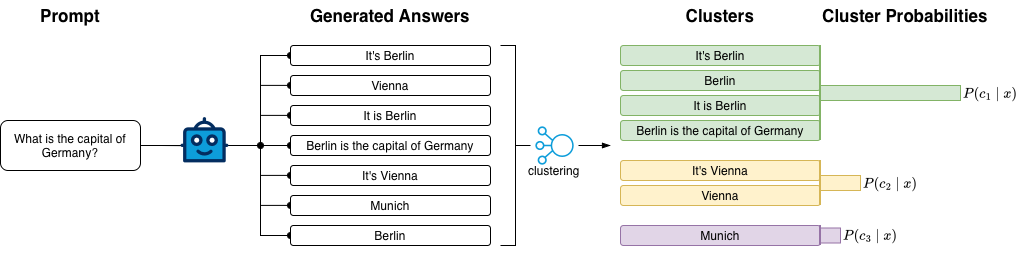
Above: drawio/SemanticEntropy.png in liamhpr/Thesis (draw.io), before the change. Source tidied: cells renumbered, new cells last; positions are measured from the earlier drawing's top-left corner, leaving out a move shared by most shapes.
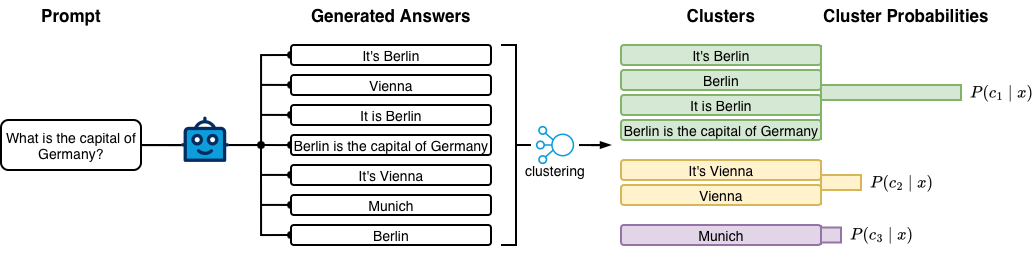
After the commit.

What changed in the source:
```diff
@@ -2,7 +2,7 @@
   <root>
     <mxCell id="0" />
     <mxCell id="1" parent="0" />
-    <mxCell id="2" style="edgeStyle=orthogonalEdgeStyle;rounded=0;jettySize=auto;html=1;entryX=0;entryY=0.5;entryDx=0;entryDy=0;endArrow=oval;endFill=1;" parent="1" edge="1" target="13">
+    <mxCell id="2" style="edgeStyle=orthogonalEdgeStyle;rounded=0;jettySize=auto;html=1;entryX=0;entryY=0.5;entryDx=0;entryDy=0;endArrow=oval;endFill=1;strokeWidth=2;fontSize=14;" parent="1" edge="1" target="13">
       <mxGeometry relative="1" as="geometry">
         <mxPoint x="260" y="145" as="sourcePoint" />
         <Array as="points">
@@ -10,7 +10,7 @@
         </Array>
       </mxGeometry>
     </mxCell>
-    <mxCell id="3" style="edgeStyle=orthogonalEdgeStyle;rounded=0;orthogonalLoop=1;jettySize=auto;html=1;entryX=0;entryY=0.5;entryDx=0;entryDy=0;endArrow=oval;endFill=1;" parent="1" edge="1">
+    <mxCell id="3" style="edgeStyle=orthogonalEdgeStyle;rounded=0;orthogonalLoop=1;jettySize=auto;html=1;entryX=0;entryY=0.5;entryDx=0;entryDy=0;endArrow=oval;endFill=1;strokeWidth=2;fontSize=14;" parent="1" edge="1">
       <mxGeometry relative="1" as="geometry">
         <mxPoint x="260" y="204.9" as="sourcePoint" />
         <mxPoint x="290" y="204.9" as="targetPoint" />
@@ -20,7 +20,7 @@
         </Array>
       </mxGeometry>
     </mxCell>
-    <mxCell id="4" style="edgeStyle=orthogonalEdgeStyle;rounded=0;orthogonalLoop=1;jettySize=auto;html=1;entryX=0;entryY=0.5;entryDx=0;entryDy=0;endArrow=oval;endFill=1;" parent="1" edge="1">
+    <mxCell id="4" style="edgeStyle=orthogonalEdgeStyle;rounded=0;orthogonalLoop=1;jettySize=auto;html=1;entryX=0;entryY=0.5;entryDx=0;entryDy=0;endArrow=oval;endFill=1;strokeWidth=2;fontSize=14;" parent="1" edge="1">
       <mxGeometry relative="1" as="geometry">
         <mxPoint x="260" y="174.9" as="sourcePoint" />
         <mxPoint x="290" y="174.9" as="targetPoint" />
@@ -30,7 +30,7 @@
         </Array>
       </mxGeometry>
     </mxCell>
-    <mxCell id="5" style="edgeStyle=orthogonalEdgeStyle;rounded=0;orthogonalLoop=1;jettySize=auto;html=1;entryX=0;entryY=0.5;entryDx=0;entryDy=0;endArrow=oval;endFill=1;" parent="1" edge="1">
+    <mxCell id="5" style="edgeStyle=orthogonalEdgeStyle;rounded=0;orthogonalLoop=1;jettySize=auto;html=1;entryX=0;entryY=0.5;entryDx=0;entryDy=0;endArrow=oval;endFill=1;strokeWidth=2;fontSize=14;" parent="1" edge="1">
       <mxGeometry relative="1" as="geometry">
         <mxPoint x="260" y="84.9" as="sourcePoint" />
         <mxPoint x="290" y="84.9" as="targetPoint" />
@@ -40,7 +40,7 @@
         </Array>
       </mxGeometry>
     </mxCell>
-    <mxCell id="6" style="edgeStyle=orthogonalEdgeStyle;rounded=0;orthogonalLoop=1;jettySize=auto;html=1;entryX=0;entryY=0.5;entryDx=0;entryDy=0;endArrow=oval;endFill=1;" parent="1" edge="1">
+    <mxCell id="6" style="edgeStyle=orthogonalEdgeStyle;rounded=0;orthogonalLoop=1;jettySize=auto;html=1;entryX=0;entryY=0.5;entryDx=0;entryDy=0;endArrow=oval;endFill=1;strokeWidth=2;fontSize=14;" parent="1" edge="1">
       <mxGeometry relative="1" as="geometry">
         <mxPoint x="260" y="114.9" as="sourcePoint" />
         <mxPoint x="290" y="114.9" as="targetPoint" />
@@ -50,7 +50,7 @@
         </Array>
       </mxGeometry>
     </mxCell>
-    <mxCell id="7" style="edgeStyle=orthogonalEdgeStyle;rounded=0;jettySize=auto;html=1;entryX=0;entryY=0.5;entryDx=0;entryDy=0;endArrow=oval;endFill=1;" parent="1" edge="1" target="19">
+    <mxCell id="7" style="edgeStyle=orthogonalEdgeStyle;rounded=0;jettySize=auto;html=1;entryX=0;entryY=0.5;entryDx=0;entryDy=0;endArrow=oval;endFill=1;strokeWidth=2;fontSize=14;" parent="1" edge="1" target="19">
       <mxGeometry relative="1" as="geometry">
         <mxPoint x="260" y="145" as="sourcePoint" />
         <Array as="points">
@@ -59,15 +59,15 @@
         </Array>
       </mxGeometry>
     </mxCell>
-    <mxCell id="8" style="edgeStyle=orthogonalEdgeStyle;rounded=0;jettySize=auto;html=1;endArrow=none;endFill=0;entryX=0;entryY=0.63;entryDx=0;entryDy=0;entryPerimeter=0;" parent="1" edge="1" source="11" target="12">
+    <mxCell id="8" style="edgeStyle=orthogonalEdgeStyle;rounded=0;jettySize=auto;html=1;endArrow=none;endFill=0;entryX=0;entryY=0.63;entryDx=0;entryDy=0;entryPerimeter=0;strokeWidth=2;fontSize=14;" parent="1" edge="1" source="11" target="12">
       <mxGeometry relative="1" as="geometry" />
     </mxCell>
-    <mxCell id="9" style="edgeStyle=orthogonalEdgeStyle;rounded=0;jettySize=auto;html=1;exitX=1;exitY=0.5;exitDx=0;exitDy=0;endArrow=oval;endFill=1;startSize=6;endSize=6;strokeWidth=1;" parent="1" edge="1" source="11">
+    <mxCell id="9" style="edgeStyle=orthogonalEdgeStyle;rounded=0;jettySize=auto;html=1;exitX=1;exitY=0.5;exitDx=0;exitDy=0;endArrow=oval;endFill=1;startSize=6;endSize=6;strokeWidth=2;fontSize=14;" parent="1" edge="1" source="11">
       <mxGeometry relative="1" as="geometry">
         <mxPoint x="260" y="145" as="targetPoint" />
       </mxGeometry>
     </mxCell>
-    <mxCell id="10" style="edgeStyle=orthogonalEdgeStyle;rounded=0;jettySize=auto;html=1;entryX=0;entryY=0.5;entryDx=0;entryDy=0;endArrow=oval;endFill=1;" parent="1" edge="1" source="11" target="14">
+    <mxCell id="10" style="edgeStyle=orthogonalEdgeStyle;rounded=0;jettySize=auto;html=1;entryX=0;entryY=0.5;entryDx=0;entryDy=0;endArrow=oval;endFill=1;strokeWidth=2;fontSize=14;" parent="1" edge="1" source="11" target="14">
       <mxGeometry relative="1" as="geometry">
         <Array as="points">
           <mxPoint x="260" y="145" />
@@ -75,84 +75,84 @@
         </Array>
       </mxGeometry>
     </mxCell>
-    <mxCell id="11" value="What is the capital of Germany?" style="rounded=1;whiteSpace=wrap;html=1;" parent="1" vertex="1">
+    <mxCell id="11" value="What is the capital of Germany?" style="rounded=1;whiteSpace=wrap;html=1;strokeWidth=2;fontSize=14;" parent="1" vertex="1">
       <mxGeometry y="120" width="140" height="50" as="geometry" />
     </mxCell>
-    <mxCell id="12" style="verticalLabelPosition=bottom;html=1;shape=mxgraph.salesforce.bots;fillColorStyles=fillColor2,fillColor3,fillColor4;fillColor2=#032d60;fillColor3=#0d9dda;fillColor4=#ffffff;fillColor=none;strokeColor=none;" parent="1" vertex="1">
+    <mxCell id="12" style="verticalLabelPosition=bottom;html=1;shape=mxgraph.salesforce.bots;fillColorStyles=fillColor2,fillColor3,fillColor4;fillColor2=#032d60;fillColor3=#0d9dda;fillColor4=#ffffff;fillColor=none;strokeColor=none;strokeWidth=2;fontSize=14;" parent="1" vertex="1">
       <mxGeometry x="180" y="116.5" width="47.9" height="45.5" as="geometry" />
     </mxCell>
-    <mxCell id="13" value="Berlin" style="rounded=1;whiteSpace=wrap;html=1;" parent="1" vertex="1">
+    <mxCell id="13" value="Berlin" style="rounded=1;whiteSpace=wrap;html=1;strokeWidth=2;fontSize=14;" parent="1" vertex="1">
       <mxGeometry x="290" y="225" width="200" height="20" as="geometry" />
     </mxCell>
-    <mxCell id="14" value="It's Berlin" style="rounded=1;whiteSpace=wrap;html=1;" parent="1" vertex="1">
+    <mxCell id="14" value="It's Berlin" style="rounded=1;whiteSpace=wrap;html=1;strokeWidth=2;fontSize=14;" parent="1" vertex="1">
       <mxGeometry x="290" y="45" width="200" height="20" as="geometry" />
     </mxCell>
-    <mxCell id="15" value="Vienna" style="rounded=1;whiteSpace=wrap;html=1;" parent="1" vertex="1">
+    <mxCell id="15" value="Vienna" style="rounded=1;whiteSpace=wrap;html=1;strokeWidth=2;fontSize=14;" parent="1" vertex="1">
       <mxGeometry x="290" y="75" width="200" height="20" as="geometry" />
     </mxCell>
-    <mxCell id="16" value="It is Berlin" style="rounded=1;whiteSpace=wrap;html=1;" parent="1" vertex="1">
+    <mxCell id="16" value="It is Berlin" style="rounded=1;whiteSpace=wrap;html=1;strokeWidth=2;fontSize=14;" parent="1" vertex="1">
       <mxGeometry x="290" y="105" width="200" height="20" as="geometry" />
     </mxCell>
-    <mxCell id="17" value="It's Vienna" style="rounded=1;whiteSpace=wrap;html=1;" parent="1" vertex="1">
+    <mxCell id="17" value="It's Vienna" style="rounded=1;whiteSpace=wrap;html=1;strokeWidth=2;fontSize=14;" parent="1" vertex="1">
       <mxGeometry x="290" y="165" width="200" height="20" as="geometry" />
     </mxCell>
-    <mxCell id="18" value="Munich" style="rounded=1;whiteSpace=wrap;html=1;" parent="1" vertex="1">
+    <mxCell id="18" value="Munich" style="rounded=1;whiteSpace=wrap;html=1;strokeWidth=2;fontSize=14;" parent="1" vertex="1">
       <mxGeometry x="290" y="195" width="200" height="20" as="geometry" />
     </mxCell>
-    <mxCell id="19" value="Berlin is the capital of Germany" style="rounded=1;whiteSpace=wrap;html=1;" parent="1" vertex="1">
+    <mxCell id="19" value="Berlin is the capital of Germany" style="rounded=1;whiteSpace=wrap;html=1;strokeWidth=2;fontSize=14;" parent="1" vertex="1">
       <mxGeometry x="290" y="135" width="200" height="20" as="geometry" />
     </mxCell>
-    <mxCell id="20" value="Munich" style="rounded=1;whiteSpace=wrap;html=1;fillColor=#e1d5e7;strokeColor=#9673a6;" parent="1" vertex="1">
+    <mxCell id="20" value="Munich" style="rounded=1;whiteSpace=wrap;html=1;fillColor=#e1d5e7;strokeColor=#9673a6;strokeWidth=2;fontSize=14;" parent="1" vertex="1">
       <mxGeometry x="620" y="225" width="200" height="20" as="geometry" />
     </mxCell>
-    <mxCell id="21" value="It's Berlin" style="rounded=1;whiteSpace=wrap;html=1;fillColor=#d5e8d4;strokeColor=#82b366;" parent="1" vertex="1">
+    <mxCell id="21" value="It's Berlin" style="rounded=1;whiteSpace=wrap;html=1;fillColor=#d5e8d4;strokeColor=#82b366;strokeWidth=2;fontSize=14;" parent="1" vertex="1">
       <mxGeometry x="620" y="45" width="200" height="20" as="geometry" />
     </mxCell>
-    <mxCell id="22" value="Berlin" style="rounded=1;whiteSpace=wrap;html=1;fillColor=#d5e8d4;strokeColor=#82b366;" parent="1" vertex="1">
+    <mxCell id="22" value="Berlin" style="rounded=1;whiteSpace=wrap;html=1;fillColor=#d5e8d4;strokeColor=#82b366;strokeWidth=2;fontSize=14;" parent="1" vertex="1">
       <mxGeometry x="620" y="70" width="200" height="20" as="geometry" />
     </mxCell>
-    <mxCell id="23" value="It is Berlin" style="rounded=1;whiteSpace=wrap;html=1;fillColor=#d5e8d4;strokeColor=#82b366;" parent="1" vertex="1">
+    <mxCell id="23" value="It is Berlin" style="rounded=1;whiteSpace=wrap;html=1;fillColor=#d5e8d4;strokeColor=#82b366;strokeWidth=2;fontSize=14;" parent="1" vertex="1">
       <mxGeometry x="620" y="95" width="200" height="20" as="geometry" />
     </mxCell>
-    <mxCell id="24" value="It's Vienna" style="rounded=1;whiteSpace=wrap;html=1;fillColor=#fff2cc;strokeColor=#d6b656;" parent="1" vertex="1">
+    <mxCell id="24" value="It's Vienna" style="rounded=1;whiteSpace=wrap;html=1;fillColor=#fff2cc;strokeColor=#d6b656;strokeWidth=2;fontSize=14;" parent="1" vertex="1">
       <mxGeometry x="620" y="160" width="200" height="20" as="geometry" />
     </mxCell>
-    <mxCell id="25" value="Vienna" style="rounded=1;whiteSpace=wrap;html=1;fillColor=#fff2cc;strokeColor=#d6b656;" parent="1" vertex="1">
+    <mxCell id="25" value="Vienna" style="rounded=1;whiteSpace=wrap;html=1;fillColor=#fff2cc;strokeColor=#d6b656;strokeWidth=2;fontSize=14;" parent="1" vertex="1">
       <mxGeometry x="620" y="185" width="200" height="20" as="geometry" />
     </mxCell>
-    <mxCell id="26" value="Berlin is the capital of Germany" style="rounded=1;whiteSpace=wrap;html=1;fillColor=#d5e8d4;strokeColor=#82b366;" parent="1" vertex="1">
+    <mxCell id="26" value="Berlin is the capital of Germany" style="rounded=1;whiteSpace=wrap;html=1;fillColor=#d5e8d4;strokeColor=#82b366;strokeWidth=2;fontSize=14;" parent="1" vertex="1">
       <mxGeometry x="620" y="120" width="200" height="20" as="geometry" />
     </mxCell>
-    <mxCell id="27" style="edgeStyle=orthogonalEdgeStyle;rounded=0;jettySize=auto;html=1;endArrow=blockThin;endFill=1;" parent="1" edge="1" source="28">
+    <mxCell id="27" style="edgeStyle=orthogonalEdgeStyle;rounded=0;jettySize=auto;html=1;endArrow=blockThin;endFill=1;strokeWidth=2;fontSize=14;" parent="1" edge="1" source="28">
       <mxGeometry relative="1" as="geometry">
         <mxPoint x="610" y="145" as="targetPoint" />
       </mxGeometry>
     </mxCell>
-    <mxCell id="28" style="sketch=0;points=[[0,0,0],[0.25,0,0],[0.5,0,0],[0.75,0,0],[1,0,0],[0,1,0],[0.25,1,0],[0.5,1,0],[0.75,1,0],[1,1,0],[0,0.25,0],[0,0.5,0],[0,0.75,0],[1,0.25,0],[1,0.5,0],[1,0.75,0]];outlineConnect=0;fontColor=#232F3E;fillColor=none;strokeColor=#0D9DDA;verticalLabelPosition=bottom;verticalAlign=top;align=center;html=1;fontSize=12;fontStyle=0;shape=mxgraph.aws4.resourceIcon;resIcon=mxgraph.aws4.elastic_load_balancing;rotation=-180;strokeWidth=1;perimeterSpacing=0;" parent="1" vertex="1">
+    <mxCell id="28" style="sketch=0;points=[[0,0,0],[0.25,0,0],[0.5,0,0],[0.75,0,0],[1,0,0],[0,1,0],[0.25,1,0],[0.5,1,0],[0.75,1,0],[1,1,0],[0,0.25,0],[0,0.5,0],[0,0.75,0],[1,0.25,0],[1,0.5,0],[1,0.75,0]];outlineConnect=0;fontColor=#232F3E;fillColor=none;strokeColor=#0D9DDA;verticalLabelPosition=bottom;verticalAlign=top;align=center;html=1;fontSize=14;fontStyle=0;shape=mxgraph.aws4.resourceIcon;resIcon=mxgraph.aws4.elastic_load_balancing;rotation=-180;strokeWidth=2;perimeterSpacing=0;" parent="1" vertex="1">
       <mxGeometry x="530" y="121" width="48" height="48" as="geometry" />
     </mxCell>
-    <mxCell id="29" value="clustering" style="text;html=1;whiteSpace=wrap;strokeColor=none;fillColor=none;align=center;verticalAlign=middle;rounded=0;" parent="1" vertex="1">
+    <mxCell id="29" value="clustering" style="text;html=1;whiteSpace=wrap;strokeColor=none;fillColor=none;align=center;verticalAlign=middle;rounded=0;strokeWidth=2;fontSize=14;" parent="1" vertex="1">
       <mxGeometry x="524" y="155" width="60" height="30" as="geometry" />
     </mxCell>
-    <mxCell id="30" style="strokeWidth=1;html=1;shape=mxgraph.flowchart.annotation_2;align=left;labelPosition=right;rotation=-180;" parent="1" vertex="1">
+    <mxCell id="30" style="strokeWidth=2;html=1;shape=mxgraph.flowchart.annotation_2;align=left;labelPosition=right;rotation=-180;fontSize=14;" parent="1" vertex="1">
       <mxGeometry x="500" y="45" width="30" height="200" as="geometry" />
     </mxCell>
-    <mxCell id="31" style="line;strokeWidth=2;direction=south;html=1;fillColor=#d5e8d4;strokeColor=#82b366;" parent="1" vertex="1">
+    <mxCell id="31" style="line;strokeWidth=2;direction=south;html=1;fillColor=#d5e8d4;strokeColor=#82b366;fontSize=14;" parent="1" vertex="1">
       <mxGeometry x="815" y="45" width="10" height="95" as="geometry" />
     </mxCell>
-    <mxCell id="32" style="rounded=0;whiteSpace=wrap;html=1;fillColor=#d5e8d4;strokeColor=#82b366;" parent="1" vertex="1">
+    <mxCell id="32" style="rounded=0;whiteSpace=wrap;html=1;fillColor=#d5e8d4;strokeColor=#82b366;strokeWidth=2;fontSize=14;" parent="1" vertex="1">
       <mxGeometry x="820" y="85" width="140" height="15" as="geometry" />
     </mxCell>
-    <mxCell id="33" style="line;strokeWidth=2;direction=south;html=1;fillColor=#fff2cc;strokeColor=#d6b656;" parent="1" vertex="1">
+    <mxCell id="33" style="line;strokeWidth=2;direction=south;html=1;fillColor=#fff2cc;strokeColor=#d6b656;fontSize=14;" parent="1" vertex="1">
       <mxGeometry x="815" y="160" width="10" height="45" as="geometry" />
     </mxCell>
-    <mxCell id="34" style="rounded=0;whiteSpace=wrap;html=1;fillColor=#fff2cc;strokeColor=#d6b656;" parent="1" vertex="1">
+    <mxCell id="34" style="rounded=0;whiteSpace=wrap;html=1;fillColor=#fff2cc;strokeColor=#d6b656;strokeWidth=2;fontSize=14;" parent="1" vertex="1">
       <mxGeometry x="820" y="175" width="40" height="15" as="geometry" />
     </mxCell>
-    <mxCell id="35" style="line;strokeWidth=2;direction=south;html=1;fillColor=#e1d5e7;strokeColor=#9673a6;" parent="1" vertex="1">
+    <mxCell id="35" style="line;strokeWidth=2;direction=south;html=1;fillColor=#e1d5e7;strokeColor=#9673a6;fontSize=14;" parent="1" vertex="1">
       <mxGeometry x="815" y="225" width="10" height="20" as="geometry" />
     </mxCell>
-    <mxCell id="36" style="rounded=0;whiteSpace=wrap;html=1;fillColor=#e1d5e7;strokeColor=#9673a6;" parent="1" vertex="1">
+    <mxCell id="36" style="rounded=0;whiteSpace=wrap;html=1;fillColor=#e1d5e7;strokeColor=#9673a6;strokeWidth=2;fontSize=14;" parent="1" vertex="1">
       <mxGeometry x="820" y="227.5" width="20" height="15" as="geometry" />
     </mxCell>
     <mxCell id="37" value="Prompt" style="text;html=1;whiteSpace=wrap;strokeColor=none;fillColor=none;align=center;verticalAlign=middle;rounded=0;fontSize=17;fontStyle=1;" parent="1" vertex="1">
@@ -167,14 +167,14 @@
     <mxCell id="40" value="&lt;font style=&quot;font-size: 17px;&quot;&gt;&lt;b&gt;Cluster Probabilities&lt;/b&gt;&lt;/font&gt;" style="text;html=1;whiteSpace=wrap;strokeColor=none;fillColor=none;align=center;verticalAlign=middle;rounded=0;" parent="1" vertex="1">
       <mxGeometry x="820" width="170" height="30" as="geometry" />
     </mxCell>
-    <mxCell id="41" value="$$P(c_1 \mid x)$$" style="text;html=1;whiteSpace=wrap;strokeColor=none;fillColor=none;align=center;verticalAlign=middle;rounded=0;" parent="1" vertex="1">
-      <mxGeometry x="960" y="77.5" width="60" height="30" as="geometry" />
+    <mxCell id="41" value="$$P(c_1 \mid x)$$" style="text;html=1;whiteSpace=wrap;strokeColor=none;fillColor=none;align=center;verticalAlign=middle;rounded=0;strokeWidth=2;fontSize=14;" parent="1" vertex="1">
+      <mxGeometry x="970" y="77.5" width="60" height="30" as="geometry" />
     </mxCell>
-    <mxCell id="42" value="$$P(c_2 \mid x)$$" style="text;html=1;whiteSpace=wrap;strokeColor=none;fillColor=none;align=center;verticalAlign=middle;rounded=0;" parent="1" vertex="1">
-      <mxGeometry x="860" y="167.5" width="60" height="30" as="geometry" />
+    <mxCell id="42" value="$$P(c_2 \mid x)$$" style="text;html=1;whiteSpace=wrap;strokeColor=none;fillColor=none;align=center;verticalAlign=middle;rounded=0;strokeWidth=2;fontSize=14;" parent="1" vertex="1">
+      <mxGeometry x="870" y="167.5" width="60" height="30" as="geometry" />
     </mxCell>
-    <mxCell id="43" value="$$P(c_3 \mid x)$$" style="text;html=1;whiteSpace=wrap;strokeColor=none;fillColor=none;align=center;verticalAlign=middle;rounded=0;" parent="1" vertex="1">
-      <mxGeometry x="840" y="220" width="60" height="30" as="geometry" />
+    <mxCell id="43" value="$$P(c_3 \mid x)$$" style="text;html=1;whiteSpace=wrap;strokeColor=none;fillColor=none;align=center;verticalAlign=middle;rounded=0;strokeWidth=2;fontSize=14;" parent="1" vertex="1">
+      <mxGeometry x="850" y="220" width="60" height="30" as="geometry" />
     </mxCell>
   </root>
 </mxGraphModel>
```
